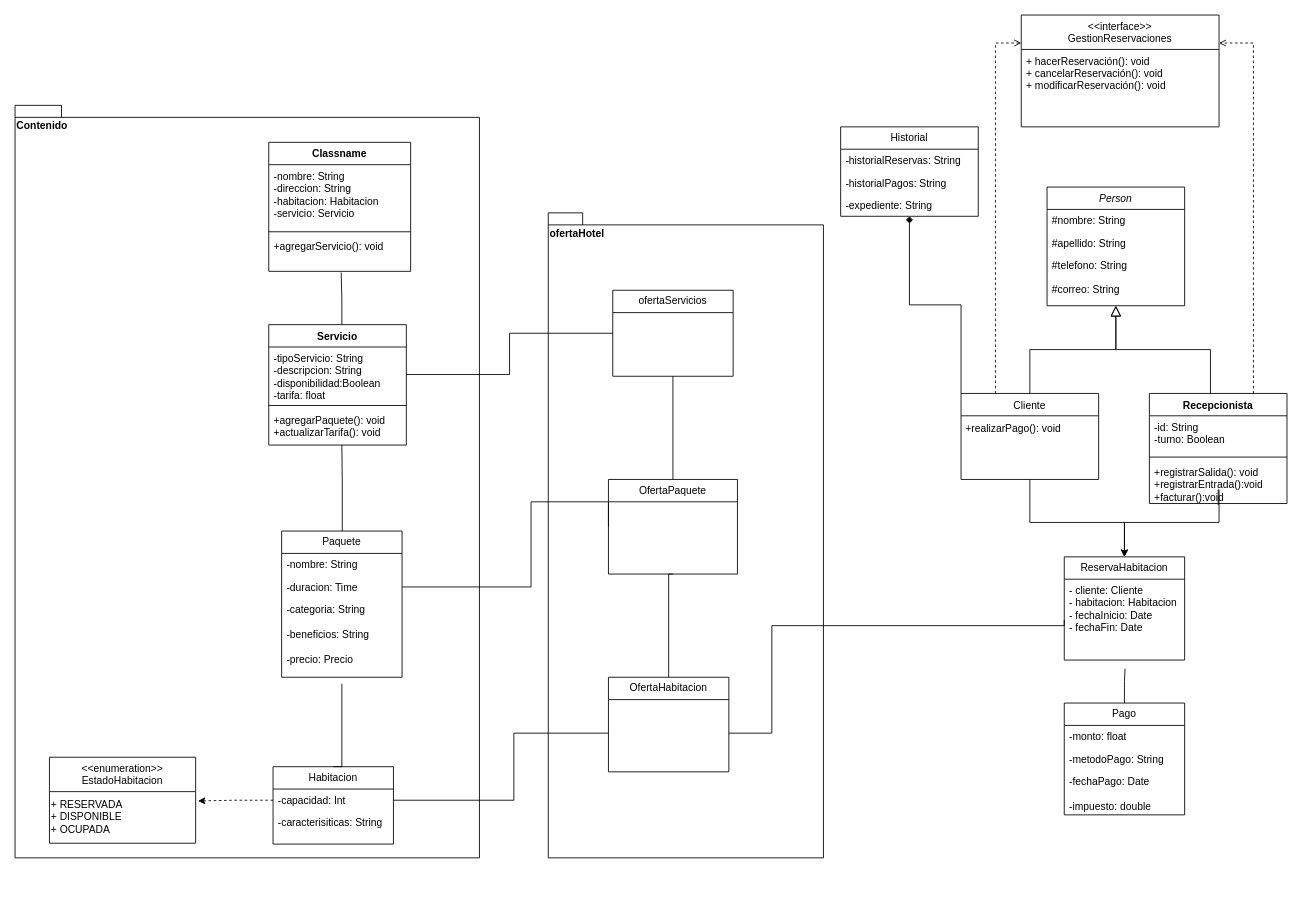
Above: SistemaReservacionesHotel.drawio in GabrielCevallos/SistemaReservacionesHotel (draw.io), before the change. Source tidied: cells renumbered, new cells numbered last; positions are measured from the earlier drawing's top-left corner, leaving out a move shared by most shapes. Both pictures are drawn from the tidied source at 86%, with x=0, y=0 at pixel (15, 15).
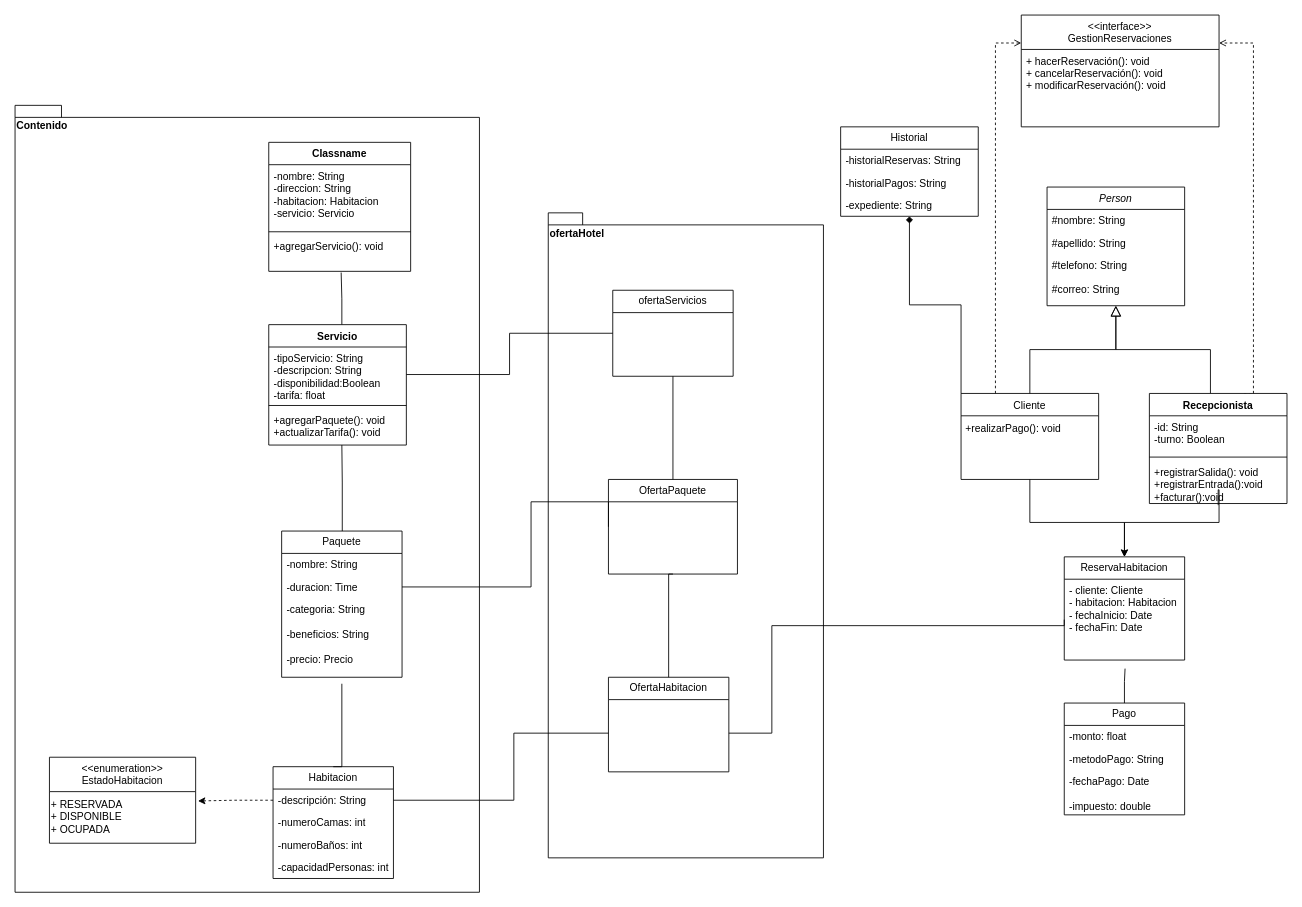
The same diagram, later.

Change to the diagram source:
```diff
@@
     <mxCell id="3" value="Contenido" style="shape=folder;fontStyle=1;spacingTop=10;tabWidth=40;tabHeight=14;tabPosition=left;html=1;whiteSpace=wrap;align=left;verticalAlign=top;" parent="1" vertex="1">
-      <mxGeometry y="105" width="540" height="875" as="geometry" />
+      <mxGeometry y="105" width="540" height="915" as="geometry" />
     </mxCell>
@@
     <mxCell id="34" value="Habitacion" style="swimlane;fontStyle=0;horizontal=1;startSize=26;fillColor=none;whiteSpace=wrap;html=1;" parent="1" vertex="1">
-      <mxGeometry x="300" y="874" width="140" height="90" as="geometry" />
+      <mxGeometry x="300" y="874" width="140" height="130" as="geometry" />
     </mxCell>
-    <mxCell id="35" value="-capacidad: Int" style="text;strokeColor=none;fillColor=none;align=left;verticalAlign=top;spacingLeft=4;spacingRight=4;overflow=hidden;points=[[0,0.5],[1,0.5]];portConstraint=eastwest;whiteSpace=wrap;html=1;" parent="34" vertex="1">
+    <mxCell id="35" value="-descripción: String" style="text;strokeColor=none;fillColor=none;align=left;verticalAlign=top;spacingLeft=4;spacingRight=4;overflow=hidden;points=[[0,0.5],[1,0.5]];portConstraint=eastwest;whiteSpace=wrap;html=1;" parent="34" vertex="1">
       <mxGeometry y="26" width="140" height="26" as="geometry" />
     </mxCell>
-    <mxCell id="36" value="-caracterisiticas: String" style="text;strokeColor=none;fillColor=none;align=left;verticalAlign=top;spacingLeft=4;spacingRight=4;overflow=hidden;whiteSpace=wrap;html=1;" parent="34" vertex="1">
-      <mxGeometry y="52" width="140" height="38" as="geometry" />
-    </mxCell>
+    <mxCell id="65" value="-numeroCamas: int" style="text;strokeColor=none;fillColor=none;align=left;verticalAlign=top;spacingLeft=4;spacingRight=4;overflow=hidden;whiteSpace=wrap;html=1;" parent="34" vertex="1">
+      <mxGeometry y="52" width="140" height="26" as="geometry" />
+    </mxCell>
+    <mxCell id="66" value="-numeroBaños: int" style="text;strokeColor=none;fillColor=none;align=left;verticalAlign=top;spacingLeft=4;spacingRight=4;overflow=hidden;whiteSpace=wrap;html=1;" parent="34" vertex="1">
+      <mxGeometry y="78" width="140" height="26" as="geometry" />
+    </mxCell>
+    <mxCell id="67" value="-capacidadPersonas: int" style="text;strokeColor=none;fillColor=none;align=left;verticalAlign=top;spacingLeft=4;spacingRight=4;overflow=hidden;whiteSpace=wrap;html=1;" parent="34" vertex="1">
+      <mxGeometry y="104" width="140" height="26" as="geometry" />
+    </mxCell>
```
